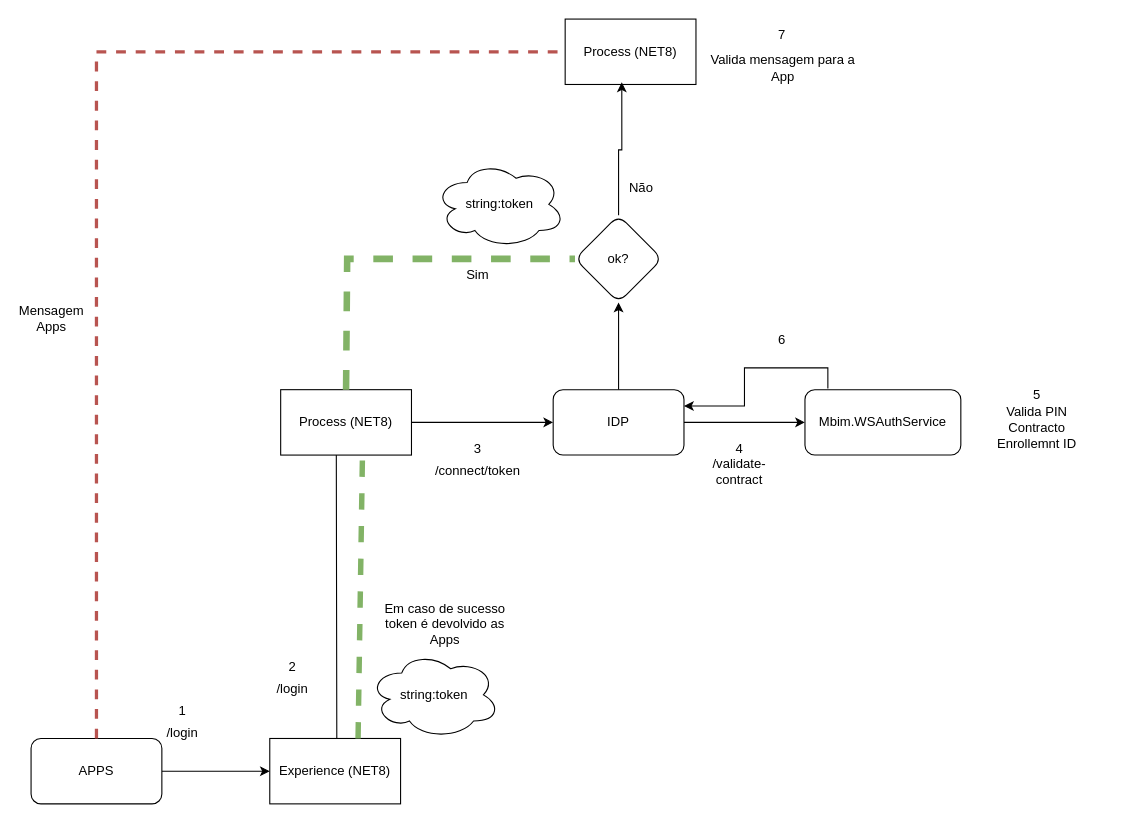
The draw.io diagram Smart IZI IDP logica.drawio in anhaguilunguane/Drawio, before the edit. Source tidied: cells renumbered, new cells numbered last; positions are measured from the earlier drawing's top-left corner, leaving out a move shared by most shapes. Both pictures are drawn from the tidied source at 109%, with x=0, y=0 at pixel (19, 19).
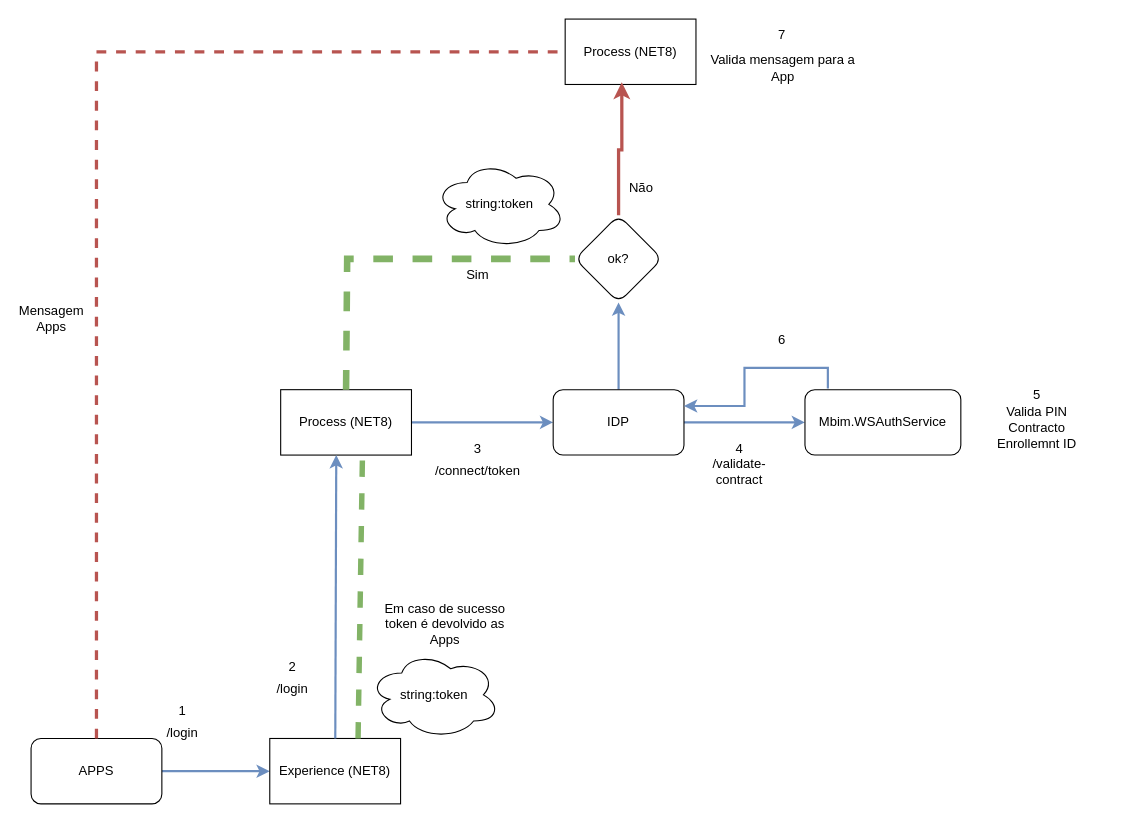
Above is the later version.

The change refers to these unchanged cells:
```xml
<mxCell id="3" value="APPS" style="rounded=1;whiteSpace=wrap;html=1;" parent="1" vertex="1">
  <mxGeometry x="11" y="660" width="120" height="60" as="geometry" />
</mxCell>
<mxCell id="5" value="Experience (NET8)" style="rounded=0;whiteSpace=wrap;html=1;" parent="1" vertex="1">
  <mxGeometry x="230" y="660" width="120" height="60" as="geometry" />
</mxCell>
<mxCell id="7" value="Process (NET8)" style="rounded=0;whiteSpace=wrap;html=1;" parent="1" vertex="1">
  <mxGeometry x="240" y="340" width="120" height="60" as="geometry" />
</mxCell>
<mxCell id="10" value="IDP" style="rounded=1;whiteSpace=wrap;html=1;" parent="1" vertex="1">
  <mxGeometry x="490" y="340" width="120" height="60" as="geometry" />
</mxCell>
<mxCell id="18" value="ok?" style="rhombus;whiteSpace=wrap;html=1;rounded=1;" parent="1" vertex="1">
  <mxGeometry x="510" y="180" width="80" height="80" as="geometry" />
</mxCell>
<mxCell id="22" value="Process (NET8)" style="rounded=0;whiteSpace=wrap;html=1;" parent="1" vertex="1">
  <mxGeometry x="501" width="120" height="60" as="geometry" />
</mxCell>
<mxCell id="31" value="Mbim.WSAuthService" style="rounded=1;whiteSpace=wrap;html=1;" parent="1" vertex="1">
  <mxGeometry x="721" y="340" width="143" height="60" as="geometry" />
</mxCell>
```

The edit, as a diff of the source:
```diff
@@
-    <mxCell id="2" style="edgeStyle=orthogonalEdgeStyle;rounded=0;jettySize=auto;html=1;entryX=0;entryY=0.5;entryDx=0;entryDy=0;" parent="1" edge="1" source="3" target="5">
+    <mxCell id="2" style="edgeStyle=orthogonalEdgeStyle;rounded=0;jettySize=auto;html=1;entryX=0;entryY=0.5;entryDx=0;entryDy=0;fillColor=#dae8fc;strokeColor=#6c8ebf;strokeWidth=2;" parent="1" edge="1" source="3" target="5">
       <mxGeometry relative="1" as="geometry" />
     </mxCell>
@@
-    <mxCell id="4" style="edgeStyle=orthogonalEdgeStyle;rounded=0;orthogonalLoop=1;jettySize=auto;html=1;entryX=0;entryY=0.5;entryDx=0;entryDy=0;" parent="1" edge="1">
-      <mxGeometry relative="1" as="geometry">
-        <mxPoint x="341" y="665" as="sourcePoint" />
-        <mxPoint x="291" y="375" as="targetPoint" />
-      </mxGeometry>
-    </mxCell>
@@
-    <mxCell id="6" style="edgeStyle=orthogonalEdgeStyle;rounded=0;jettySize=auto;html=1;" parent="1" edge="1" source="7" target="10">
+    <mxCell id="6" style="edgeStyle=orthogonalEdgeStyle;rounded=0;jettySize=auto;html=1;fillColor=#dae8fc;strokeColor=#6c8ebf;strokeWidth=2;" parent="1" edge="1" source="7" target="10">
       <mxGeometry relative="1" as="geometry" />
     </mxCell>
@@
-    <mxCell id="8" style="edgeStyle=orthogonalEdgeStyle;rounded=0;jettySize=auto;html=1;entryX=0;entryY=0.5;entryDx=0;entryDy=0;" parent="1" edge="1" source="10" target="31">
+    <mxCell id="8" style="edgeStyle=orthogonalEdgeStyle;rounded=0;jettySize=auto;html=1;entryX=0;entryY=0.5;entryDx=0;entryDy=0;fillColor=#dae8fc;strokeColor=#6c8ebf;strokeWidth=2;" parent="1" edge="1" source="10" target="31">
       <mxGeometry relative="1" as="geometry" />
     </mxCell>
-    <mxCell id="9" style="edgeStyle=orthogonalEdgeStyle;rounded=0;jettySize=auto;html=1;entryX=0.5;entryY=1;entryDx=0;entryDy=0;" parent="1" edge="1" source="10" target="18">
+    <mxCell id="9" style="edgeStyle=orthogonalEdgeStyle;rounded=0;jettySize=auto;html=1;entryX=0.5;entryY=1;entryDx=0;entryDy=0;strokeWidth=2;fillColor=#dae8fc;strokeColor=#6c8ebf;" parent="1" edge="1" source="10" target="18">
       <mxGeometry relative="1" as="geometry" />
     </mxCell>
@@
-    <mxCell id="23" style="edgeStyle=orthogonalEdgeStyle;rounded=0;jettySize=auto;html=1;entryX=0.433;entryY=0.967;entryDx=0;entryDy=0;entryPerimeter=0;" parent="1" edge="1" source="18" target="22">
+    <mxCell id="23" style="edgeStyle=orthogonalEdgeStyle;rounded=0;jettySize=auto;html=1;entryX=0.433;entryY=0.967;entryDx=0;entryDy=0;entryPerimeter=0;fillColor=#f8cecc;strokeColor=#b85450;strokeWidth=3;" parent="1" edge="1" source="18" target="22">
       <mxGeometry relative="1" as="geometry" />
     </mxCell>
@@
-    <mxCell id="34" style="edgeStyle=orthogonalEdgeStyle;rounded=0;jettySize=auto;html=1;entryX=1;entryY=0.25;entryDx=0;entryDy=0;exitX=0.147;exitY=-0.017;exitDx=0;exitDy=0;exitPerimeter=0;" parent="1" edge="1" source="31" target="10">
+    <mxCell id="34" style="edgeStyle=orthogonalEdgeStyle;rounded=0;jettySize=auto;html=1;entryX=1;entryY=0.25;entryDx=0;entryDy=0;exitX=0.147;exitY=-0.017;exitDx=0;exitDy=0;exitPerimeter=0;fillColor=#dae8fc;strokeColor=#6c8ebf;strokeWidth=2;" parent="1" edge="1" source="31" target="10">
       <mxGeometry relative="1" as="geometry" />
     </mxCell>
@@
+    <mxCell id="38" style="endArrow=classic;html=1;rounded=0;fillColor=#dae8fc;strokeColor=#6c8ebf;strokeWidth=2;" parent="1" edge="1" source="5">
+      <mxGeometry relative="1" as="geometry">
+        <mxPoint x="291" y="400" as="targetPoint" />
+      </mxGeometry>
+    </mxCell>
```
